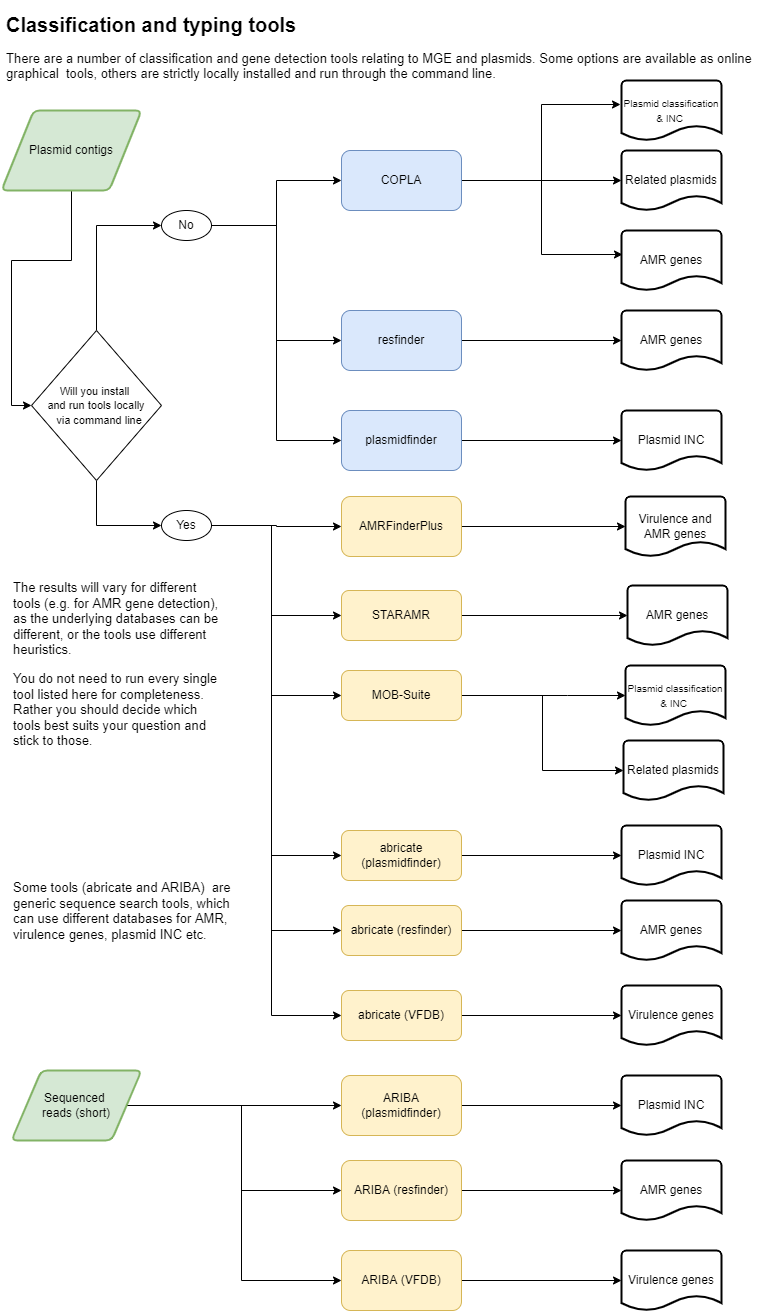
MicroBinfie/ESCMID-MGE-2022 keeps this draw.io diagram as genotype_plas.png. Above is the earlier version. Source tidied: cells renumbered, new cells last; positions are measured from the earlier drawing's top-left corner, leaving out a move shared by most shapes.
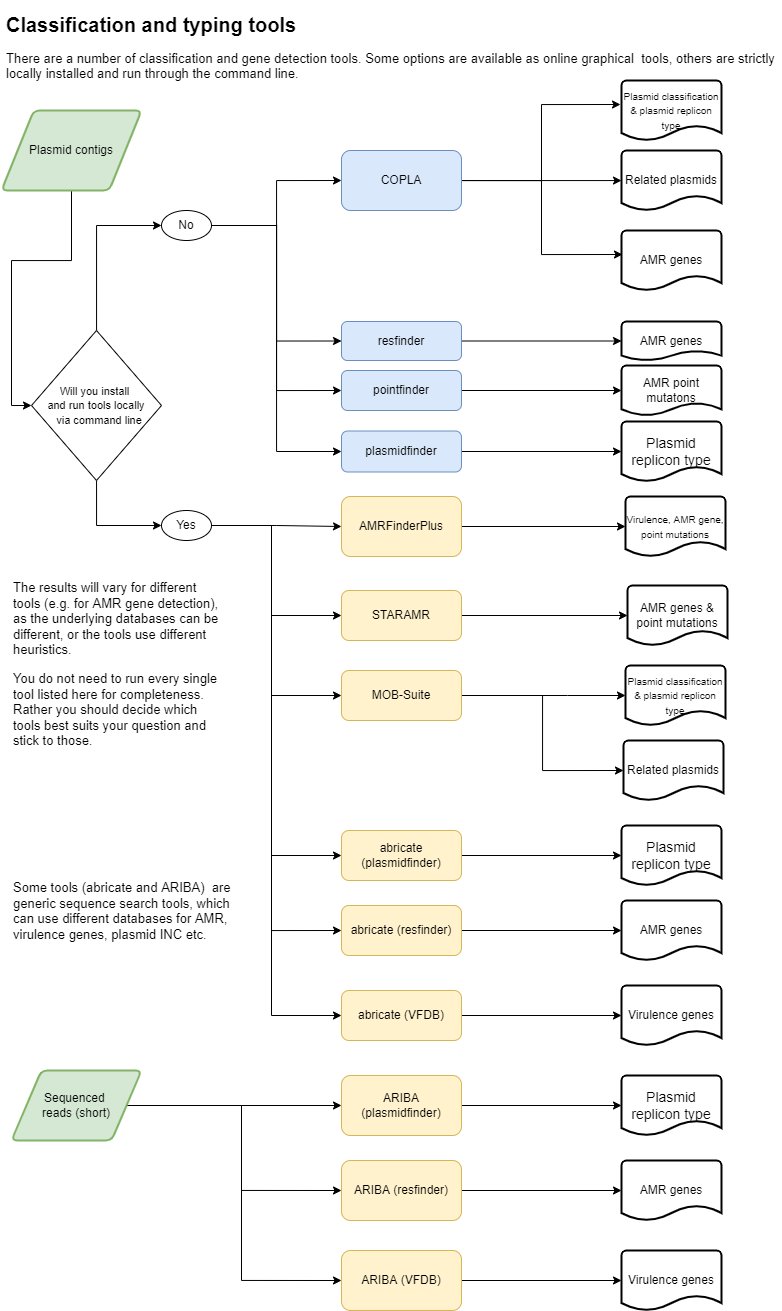
After the change.

Change to the diagram source:
```diff
@@ -35,7 +35,7 @@
     <mxCell id="12" value="AMR genes" style="strokeWidth=2;html=1;shape=mxgraph.flowchart.document2;whiteSpace=wrap;size=0.25;" parent="1" vertex="1">
       <mxGeometry x="620" y="1150" width="100" height="60" as="geometry" />
     </mxCell>
-    <mxCell id="13" value="Plasmid INC" style="strokeWidth=2;html=1;shape=mxgraph.flowchart.document2;whiteSpace=wrap;size=0.25;" parent="1" vertex="1">
+    <mxCell id="13" value="&lt;span style=&quot;font-size: 14px;&quot;&gt;Plasmid replicon type&lt;/span&gt;" style="strokeWidth=2;html=1;shape=mxgraph.flowchart.document2;whiteSpace=wrap;size=0.25;" parent="1" vertex="1">
       <mxGeometry x="620" y="1065" width="100" height="60" as="geometry" />
     </mxCell>
     <mxCell id="14" style="edgeStyle=orthogonalEdgeStyle;rounded=0;jettySize=auto;html=1;exitX=1;exitY=0.5;exitDx=0;exitDy=0;entryX=-0.01;entryY=0.4;entryDx=0;entryDy=0;entryPerimeter=0;" parent="1" edge="1" source="17" target="18">
@@ -54,7 +54,7 @@
     <mxCell id="17" value="COPLA" style="rounded=1;whiteSpace=wrap;html=1;fillColor=#dae8fc;strokeColor=#6c8ebf;" parent="1" vertex="1">
       <mxGeometry x="340" y="140" width="120" height="60" as="geometry" />
     </mxCell>
-    <mxCell id="18" value="&lt;font style=&quot;font-size: 10px;&quot;&gt;Plasmid classification&lt;br&gt;&amp;amp; INC&amp;nbsp;&lt;/font&gt;" style="strokeWidth=2;html=1;shape=mxgraph.flowchart.document2;whiteSpace=wrap;size=0.25;" parent="1" vertex="1">
+    <mxCell id="18" value="&lt;font style=&quot;font-size: 10px;&quot;&gt;Plasmid classification&lt;br&gt;&amp;amp; plasmid replicon type&lt;/font&gt;" style="strokeWidth=2;html=1;shape=mxgraph.flowchart.document2;whiteSpace=wrap;size=0.25;" parent="1" vertex="1">
       <mxGeometry x="620" y="70" width="100" height="60" as="geometry" />
     </mxCell>
     <mxCell id="19" value="Related plasmids" style="strokeWidth=2;html=1;shape=mxgraph.flowchart.document2;whiteSpace=wrap;size=0.25;" parent="1" vertex="1">
@@ -76,24 +76,24 @@
       <mxGeometry relative="1" as="geometry" />
     </mxCell>
     <mxCell id="25" value="resfinder" style="rounded=1;whiteSpace=wrap;html=1;fillColor=#dae8fc;strokeColor=#6c8ebf;" parent="1" vertex="1">
-      <mxGeometry x="340" y="300" width="120" height="60" as="geometry" />
+      <mxGeometry x="340" y="311" width="120" height="39" as="geometry" />
     </mxCell>
     <mxCell id="26" style="edgeStyle=orthogonalEdgeStyle;rounded=0;jettySize=auto;html=1;entryX=0;entryY=0.5;entryDx=0;entryDy=0;entryPerimeter=0;" parent="1" edge="1" source="27" target="29">
       <mxGeometry relative="1" as="geometry" />
     </mxCell>
     <mxCell id="27" value="plasmidfinder" style="rounded=1;whiteSpace=wrap;html=1;fillColor=#dae8fc;strokeColor=#6c8ebf;" parent="1" vertex="1">
-      <mxGeometry x="340" y="400" width="120" height="60" as="geometry" />
+      <mxGeometry x="340" y="420.5" width="120" height="41" as="geometry" />
     </mxCell>
     <mxCell id="28" value="AMR genes" style="strokeWidth=2;html=1;shape=mxgraph.flowchart.document2;whiteSpace=wrap;size=0.25;" parent="1" vertex="1">
-      <mxGeometry x="620" y="300" width="100" height="60" as="geometry" />
+      <mxGeometry x="620" y="311" width="100" height="39" as="geometry" />
     </mxCell>
-    <mxCell id="29" value="Plasmid INC" style="strokeWidth=2;html=1;shape=mxgraph.flowchart.document2;whiteSpace=wrap;size=0.25;" parent="1" vertex="1">
-      <mxGeometry x="620" y="400" width="100" height="60" as="geometry" />
+    <mxCell id="29" value="&lt;span style=&quot;font-size: 14px;&quot;&gt;Plasmid replicon type&lt;/span&gt;" style="strokeWidth=2;html=1;shape=mxgraph.flowchart.document2;whiteSpace=wrap;size=0.25;" parent="1" vertex="1">
+      <mxGeometry x="620" y="411" width="100" height="60" as="geometry" />
     </mxCell>
-    <mxCell id="30" value="AMR genes" style="strokeWidth=2;html=1;shape=mxgraph.flowchart.document2;whiteSpace=wrap;size=0.25;" parent="1" vertex="1">
+    <mxCell id="30" value="AMR genes &amp;amp;&lt;br&gt;point mutations" style="strokeWidth=2;html=1;shape=mxgraph.flowchart.document2;whiteSpace=wrap;size=0.25;" parent="1" vertex="1">
       <mxGeometry x="626" y="575" width="100" height="60" as="geometry" />
     </mxCell>
-    <mxCell id="31" value="Virulence and AMR genes" style="strokeWidth=2;html=1;shape=mxgraph.flowchart.document2;whiteSpace=wrap;size=0.25;" parent="1" vertex="1">
+    <mxCell id="31" value="&lt;font style=&quot;font-size: 10px;&quot;&gt;Virulence, AMR gene, point mutations&lt;/font&gt;" style="strokeWidth=2;html=1;shape=mxgraph.flowchart.document2;whiteSpace=wrap;size=0.25;" parent="1" vertex="1">
       <mxGeometry x="624" y="486" width="100" height="60" as="geometry" />
     </mxCell>
     <mxCell id="32" style="edgeStyle=orthogonalEdgeStyle;rounded=0;jettySize=auto;html=1;entryX=0;entryY=0.5;entryDx=0;entryDy=0;startArrow=none;" parent="1" edge="1" source="38" target="17">
@@ -114,6 +114,9 @@
     <mxCell id="37" style="edgeStyle=orthogonalEdgeStyle;rounded=0;jettySize=auto;html=1;entryX=0;entryY=0.5;entryDx=0;entryDy=0;fontSize=11;" parent="1" edge="1" source="38" target="27">
       <mxGeometry relative="1" as="geometry" />
     </mxCell>
+    <mxCell id="67" style="edgeStyle=orthogonalEdgeStyle;rounded=0;jettySize=auto;html=1;entryX=0;entryY=0.5;entryDx=0;entryDy=0;fontSize=10;" parent="1" edge="1" source="38" target="69">
+      <mxGeometry relative="1" as="geometry" />
+    </mxCell>
     <mxCell id="38" value="No" style="ellipse;whiteSpace=wrap;html=1;" parent="1" vertex="1">
       <mxGeometry x="160" y="200" width="50" height="30" as="geometry" />
     </mxCell>
@@ -176,7 +179,7 @@
     <mxCell id="48" value="MOB-Suite" style="rounded=1;whiteSpace=wrap;html=1;fillColor=#fff2cc;strokeColor=#d6b656;" parent="1" vertex="1">
       <mxGeometry x="340" y="660" width="120" height="50" as="geometry" />
     </mxCell>
-    <mxCell id="49" value="&lt;font style=&quot;font-size: 10px;&quot;&gt;Plasmid classification &amp;amp; INC&amp;nbsp;&lt;/font&gt;" style="strokeWidth=2;html=1;shape=mxgraph.flowchart.document2;whiteSpace=wrap;size=0.25;" parent="1" vertex="1">
+    <mxCell id="49" value="&lt;span style=&quot;font-size: 10px;&quot;&gt;Plasmid classification&lt;/span&gt;&lt;br style=&quot;font-size: 10px;&quot;&gt;&lt;span style=&quot;font-size: 10px;&quot;&gt;&amp;amp; plasmid replicon type&lt;/span&gt;" style="strokeWidth=2;html=1;shape=mxgraph.flowchart.document2;whiteSpace=wrap;size=0.25;" parent="1" vertex="1">
       <mxGeometry x="624" y="655" width="100" height="60" as="geometry" />
     </mxCell>
     <mxCell id="50" value="Related plasmids" style="strokeWidth=2;html=1;shape=mxgraph.flowchart.document2;whiteSpace=wrap;size=0.25;" parent="1" vertex="1">
@@ -191,7 +194,7 @@
     <mxCell id="53" value="abricate (plasmidfinder)" style="rounded=1;whiteSpace=wrap;html=1;fillColor=#fff2cc;strokeColor=#d6b656;" parent="1" vertex="1">
       <mxGeometry x="340" y="820" width="120" height="50" as="geometry" />
     </mxCell>
-    <mxCell id="54" value="Plasmid INC" style="strokeWidth=2;html=1;shape=mxgraph.flowchart.document2;whiteSpace=wrap;size=0.25;" parent="1" vertex="1">
+    <mxCell id="54" value="&lt;span style=&quot;font-size: 14px;&quot;&gt;Plasmid replicon type&lt;/span&gt;" style="strokeWidth=2;html=1;shape=mxgraph.flowchart.document2;whiteSpace=wrap;size=0.25;" parent="1" vertex="1">
       <mxGeometry x="620" y="815" width="100" height="60" as="geometry" />
     </mxCell>
     <mxCell id="55" value="AMR genes" style="strokeWidth=2;html=1;shape=mxgraph.flowchart.document2;whiteSpace=wrap;size=0.25;" parent="1" vertex="1">
@@ -221,7 +224,7 @@
     <mxCell id="63" value="abricate (VFDB)" style="rounded=1;whiteSpace=wrap;html=1;fillColor=#fff2cc;strokeColor=#d6b656;" parent="1" vertex="1">
       <mxGeometry x="340" y="980" width="120" height="50" as="geometry" />
     </mxCell>
-    <mxCell id="64" value="&lt;h1&gt;Classification and typing tools&lt;/h1&gt;&lt;p style=&quot;font-size: 13px;&quot;&gt;&lt;font style=&quot;font-size: 13px;&quot;&gt;There are a number of classification and gene detection tools relating to MGE and plasmids. Some options are available as online graphical&amp;nbsp; tools, others are strictly locally installed and run through the command line.&amp;nbsp;&lt;/font&gt;&lt;/p&gt;&lt;p style=&quot;font-size: 13px;&quot;&gt;&lt;br&gt;&lt;/p&gt;" style="text;html=1;strokeColor=none;fillColor=none;spacing=5;spacingTop=-20;whiteSpace=wrap;overflow=hidden;rounded=0;fontSize=10;" parent="1" vertex="1">
+    <mxCell id="64" value="&lt;h1&gt;Classification and typing tools&lt;/h1&gt;&lt;p style=&quot;font-size: 13px;&quot;&gt;&lt;font style=&quot;font-size: 13px;&quot;&gt;There are a number of classification and gene detection tools. Some options are available as online graphical&amp;nbsp; tools, others are strictly locally installed and run through the command line.&amp;nbsp;&lt;/font&gt;&lt;/p&gt;&lt;p style=&quot;font-size: 13px;&quot;&gt;&lt;br&gt;&lt;/p&gt;" style="text;html=1;strokeColor=none;fillColor=none;spacing=5;spacingTop=-20;whiteSpace=wrap;overflow=hidden;rounded=0;fontSize=10;" parent="1" vertex="1">
       <mxGeometry width="780" height="80" as="geometry" />
     </mxCell>
     <mxCell id="65" value="&lt;p style=&quot;font-size: 13px;&quot;&gt;&lt;font style=&quot;font-size: 13px;&quot;&gt;Some tools (abricate and ARIBA)&amp;nbsp; are generic sequence search tools, which can use different databases for AMR, virulence genes, plasmid INC etc.&amp;nbsp;&lt;/font&gt;&lt;/p&gt;&lt;p style=&quot;font-size: 13px;&quot;&gt;&lt;br style=&quot;color: rgb(0, 0, 0); font-family: Helvetica; font-style: normal; font-variant-ligatures: normal; font-variant-caps: normal; font-weight: 400; letter-spacing: normal; orphans: 2; text-align: left; text-indent: 0px; text-transform: none; widows: 2; word-spacing: 0px; -webkit-text-stroke-width: 0px; background-color: rgb(248, 249, 250); text-decoration-thickness: initial; text-decoration-style: initial; text-decoration-color: initial;&quot;&gt;&lt;br&gt;&lt;br&gt;&lt;/p&gt;" style="text;whiteSpace=wrap;html=1;fontSize=12;" parent="1" vertex="1">
@@ -230,5 +233,14 @@
     <mxCell id="66" value="&lt;p style=&quot;font-size: 13px;&quot;&gt;&lt;font style=&quot;font-size: 13px;&quot;&gt;The results will vary for different tools (e.g. for AMR gene detection), as the underlying databases can be different, or the tools use different heuristics.&amp;nbsp;&lt;/font&gt;&lt;/p&gt;&lt;p style=&quot;font-size: 13px;&quot;&gt;You do not need to run every single tool listed here for completeness.&amp;nbsp; Rather you should decide which tools best suits your question and stick to those.&lt;/p&gt;&lt;p style=&quot;font-size: 12px;&quot;&gt;&lt;br&gt;&lt;/p&gt;" style="text;whiteSpace=wrap;html=1;fontSize=12;" parent="1" vertex="1">
       <mxGeometry x="10" y="550" width="210" height="230" as="geometry" />
     </mxCell>
+    <mxCell id="68" style="edgeStyle=orthogonalEdgeStyle;rounded=0;jettySize=auto;html=1;entryX=0;entryY=0.5;entryDx=0;entryDy=0;entryPerimeter=0;fontSize=10;" parent="1" edge="1" source="69" target="70">
+      <mxGeometry relative="1" as="geometry" />
+    </mxCell>
+    <mxCell id="69" value="pointfinder" style="rounded=1;whiteSpace=wrap;html=1;fillColor=#dae8fc;strokeColor=#6c8ebf;" parent="1" vertex="1">
+      <mxGeometry x="340" y="360" width="120" height="40" as="geometry" />
+    </mxCell>
+    <mxCell id="70" value="AMR point mutatons" style="strokeWidth=2;html=1;shape=mxgraph.flowchart.document2;whiteSpace=wrap;size=0.25;" parent="1" vertex="1">
+      <mxGeometry x="620" y="355" width="100" height="50" as="geometry" />
+    </mxCell>
   </root>
 </mxGraphModel>
```
